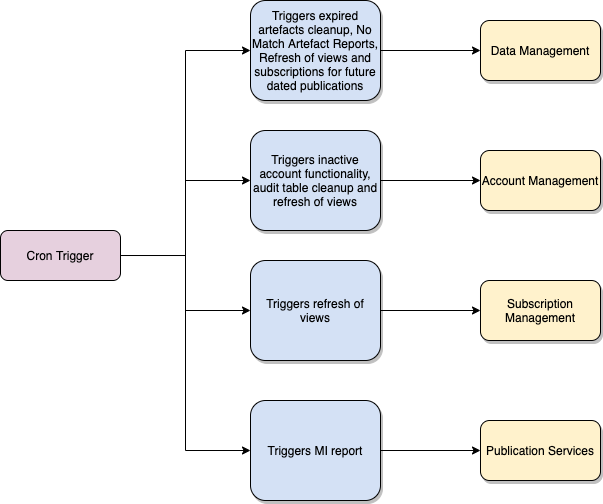
Earlier version of the draw.io export cron-trigger-arch.png (hmcts/pip-cron-trigger). Source tidied: cells renumbered, new cells last; positions are measured from the earlier drawing's top-left corner, leaving out a move shared by most shapes.
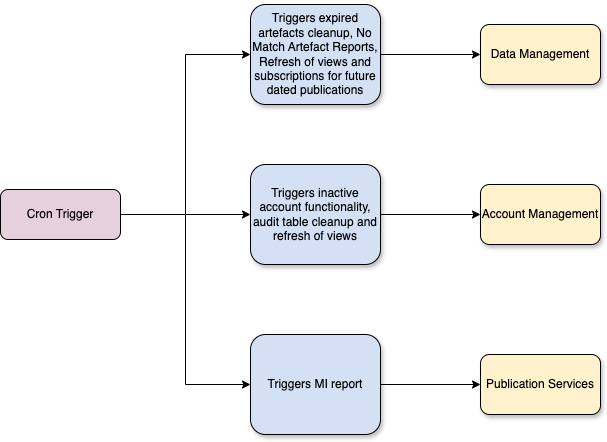
The same file after the commit.

Commit message:
Update readme file flow diagram

What changed in the source:
```diff
@@ -8,26 +8,20 @@
     <mxCell id="3" style="edgeStyle=orthogonalEdgeStyle;rounded=0;jettySize=auto;html=1;fontColor=#000000;" parent="1" edge="1" source="6" target="14">
       <mxGeometry relative="1" as="geometry" />
     </mxCell>
-    <mxCell id="4" style="edgeStyle=orthogonalEdgeStyle;rounded=0;jettySize=auto;html=1;entryX=0;entryY=0.5;entryDx=0;entryDy=0;fontColor=#000000;" parent="1" edge="1" source="6" target="16">
-      <mxGeometry relative="1" as="geometry" />
-    </mxCell>
     <mxCell id="5" style="edgeStyle=orthogonalEdgeStyle;rounded=0;jettySize=auto;html=1;entryX=0;entryY=0.5;entryDx=0;entryDy=0;fontColor=#000000;" parent="1" edge="1" source="6" target="18">
       <mxGeometry relative="1" as="geometry" />
     </mxCell>
     <mxCell id="6" value="Cron Trigger" style="rounded=1;whiteSpace=wrap;html=1;fillColor=#E6D0DE;" parent="1" vertex="1">
-      <mxGeometry y="230" width="120" height="50" as="geometry" />
+      <mxGeometry y="185" width="120" height="50" as="geometry" />
     </mxCell>
     <mxCell id="7" value="Data Management" style="rounded=1;whiteSpace=wrap;html=1;shadow=1;fontColor=#000000;fillColor=#FFF2CC;strokeColor=#000000;" parent="1" vertex="1">
       <mxGeometry x="480" y="20" width="120" height="60" as="geometry" />
     </mxCell>
     <mxCell id="8" value="Account Management" style="rounded=1;whiteSpace=wrap;html=1;shadow=1;fontColor=#000000;fillColor=#FFF2CC;strokeColor=#000000;" parent="1" vertex="1">
-      <mxGeometry x="480" y="150" width="120" height="60" as="geometry" />
+      <mxGeometry x="480" y="180" width="120" height="60" as="geometry" />
     </mxCell>
-    <mxCell id="9" value="Subscription Management" style="rounded=1;whiteSpace=wrap;html=1;shadow=1;fontColor=#000000;fillColor=#FFF2CC;strokeColor=#000000;" parent="1" vertex="1">
-      <mxGeometry x="480" y="280" width="120" height="60" as="geometry" />
-    </mxCell>
     <mxCell id="10" value="Publication Services" style="rounded=1;whiteSpace=wrap;html=1;shadow=1;fontColor=#000000;fillColor=#FFF2CC;strokeColor=#000000;" parent="1" vertex="1">
-      <mxGeometry x="480" y="420" width="120" height="60" as="geometry" />
+      <mxGeometry x="480" y="350" width="120" height="60" as="geometry" />
     </mxCell>
     <mxCell id="11" style="edgeStyle=orthogonalEdgeStyle;rounded=0;jettySize=auto;html=1;fontColor=#000000;" parent="1" edge="1" source="12" target="7">
       <mxGeometry relative="1" as="geometry" />
@@ -35,23 +29,17 @@
     <mxCell id="12" value="Triggers expired artefacts cleanup, No Match Artefact Reports, Refresh of views and subscriptions for future dated publications" style="rounded=1;whiteSpace=wrap;html=1;shadow=1;fontColor=#000000;strokeColor=#000000;fillColor=#D4E1F5;" parent="1" vertex="1">
       <mxGeometry x="250" width="130" height="100" as="geometry" />
     </mxCell>
-    <mxCell id="13" style="edgeStyle=orthogonalEdgeStyle;rounded=0;jettySize=auto;html=1;fontColor=#000000;" parent="1" edge="1" source="14" target="8">
+    <mxCell id="13" style="edgeStyle=orthogonalEdgeStyle;rounded=0;jettySize=auto;html=1;exitX=1;exitY=0.5;exitDx=0;exitDy=0;entryX=0;entryY=0.5;entryDx=0;entryDy=0;" parent="1" edge="1" source="14" target="8">
       <mxGeometry relative="1" as="geometry" />
     </mxCell>
     <mxCell id="14" value="Triggers inactive account functionality, audit table cleanup and refresh of views" style="rounded=1;whiteSpace=wrap;html=1;shadow=1;fontColor=#000000;strokeColor=#000000;fillColor=#D4E1F5;" parent="1" vertex="1">
-      <mxGeometry x="250" y="130" width="130" height="100" as="geometry" />
+      <mxGeometry x="250" y="160" width="130" height="100" as="geometry" />
     </mxCell>
-    <mxCell id="15" style="edgeStyle=orthogonalEdgeStyle;rounded=0;jettySize=auto;html=1;fontColor=#000000;" parent="1" edge="1" source="16" target="9">
-      <mxGeometry relative="1" as="geometry" />
-    </mxCell>
-    <mxCell id="16" value="Triggers refresh of views" style="rounded=1;whiteSpace=wrap;html=1;shadow=1;fontColor=#000000;strokeColor=#000000;fillColor=#D4E1F5;" parent="1" vertex="1">
-      <mxGeometry x="250" y="260" width="130" height="100" as="geometry" />
-    </mxCell>
     <mxCell id="17" style="edgeStyle=orthogonalEdgeStyle;rounded=0;jettySize=auto;html=1;entryX=0;entryY=0.5;entryDx=0;entryDy=0;fontColor=#000000;" parent="1" edge="1" source="18" target="10">
       <mxGeometry relative="1" as="geometry" />
     </mxCell>
     <mxCell id="18" value="Triggers MI report" style="rounded=1;whiteSpace=wrap;html=1;shadow=1;fontColor=#000000;strokeColor=#000000;fillColor=#D4E1F5;" parent="1" vertex="1">
-      <mxGeometry x="250" y="400" width="130" height="100" as="geometry" />
+      <mxGeometry x="250" y="330" width="130" height="100" as="geometry" />
     </mxCell>
   </root>
 </mxGraphModel>
```
